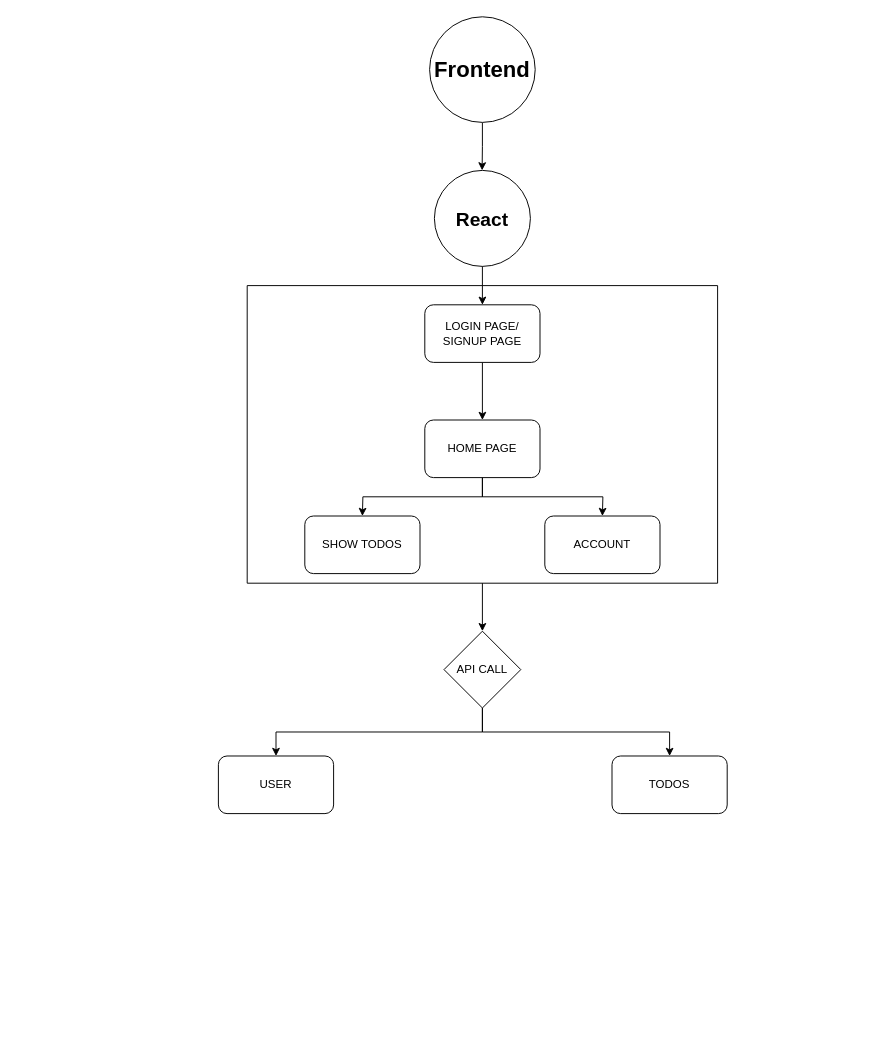
Above: todo.drawio in GluconicAcid/DRAWIO (draw.io), before the change. Source tidied: cells renumbered, new cells numbered last; positions are measured from the earlier drawing's top-left corner, leaving out a move shared by most shapes. Both pictures are drawn from the tidied source at 96%, with x=0, y=0 at pixel (218, 16).
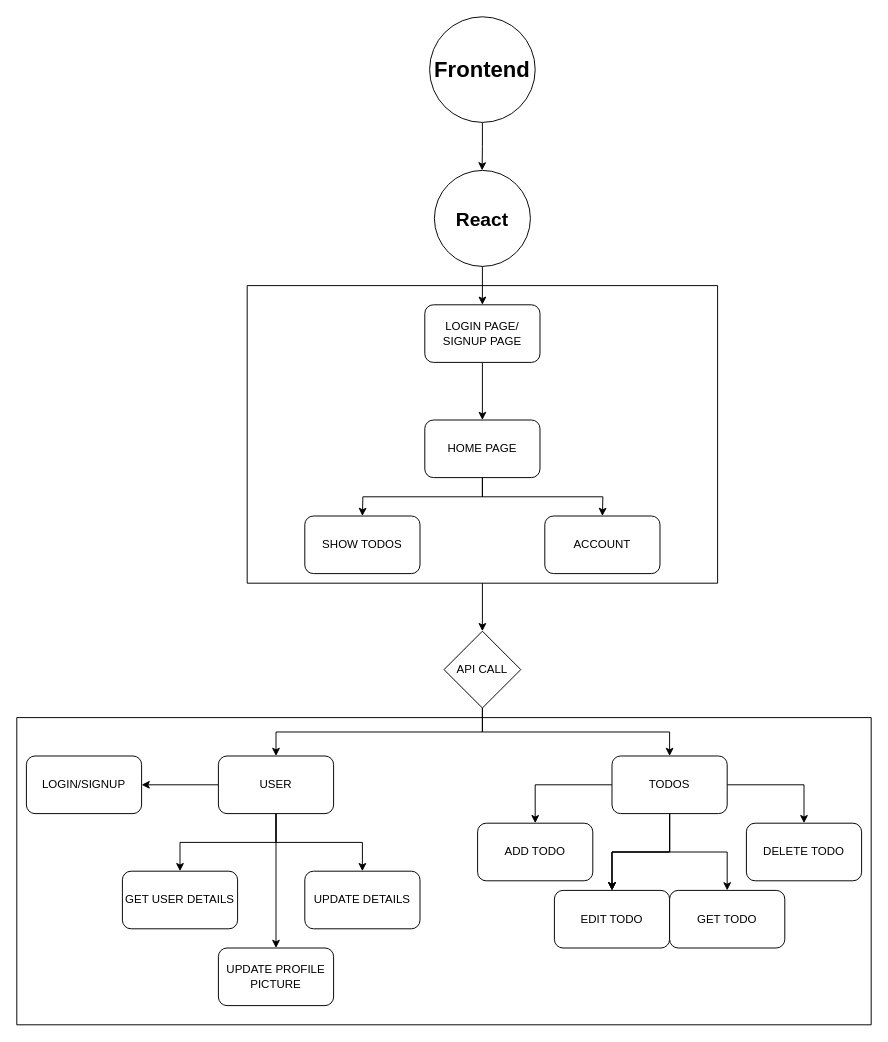
The same diagram, later.

Unchanged cells that the change refers to:
```xml
<mxCell id="19" value="USER" style="rounded=1;whiteSpace=wrap;html=1;" parent="1" vertex="1">
  <mxGeometry y="770" width="120" height="60" as="geometry" />
</mxCell>
<mxCell id="20" value="&lt;div&gt;TODOS&lt;/div&gt;" style="rounded=1;whiteSpace=wrap;html=1;" parent="1" vertex="1">
  <mxGeometry x="410" y="770" width="120" height="60" as="geometry" />
</mxCell>
```

The edit, as a diff of the source:
```diff
@@
+    <mxCell id="21" style="edgeStyle=orthogonalEdgeStyle;rounded=0;jettySize=auto;html=1;" parent="1" edge="1" source="19" target="31">
+      <mxGeometry relative="1" as="geometry" />
+    </mxCell>
+    <mxCell id="22" style="edgeStyle=orthogonalEdgeStyle;rounded=0;jettySize=auto;html=1;" parent="1" edge="1" source="19" target="32">
+      <mxGeometry relative="1" as="geometry" />
+    </mxCell>
+    <mxCell id="23" style="edgeStyle=orthogonalEdgeStyle;rounded=0;jettySize=auto;html=1;exitX=0.5;exitY=1;exitDx=0;exitDy=0;" parent="1" edge="1" source="19" target="33">
+      <mxGeometry relative="1" as="geometry" />
+    </mxCell>
+    <mxCell id="24" style="edgeStyle=orthogonalEdgeStyle;rounded=0;jettySize=auto;html=1;" parent="1" edge="1" source="19" target="34">
+      <mxGeometry relative="1" as="geometry" />
+    </mxCell>
@@
+    <mxCell id="25" style="edgeStyle=orthogonalEdgeStyle;rounded=0;jettySize=auto;html=1;" parent="1" edge="1" source="20" target="35">
+      <mxGeometry relative="1" as="geometry" />
+    </mxCell>
+    <mxCell id="26" style="edgeStyle=orthogonalEdgeStyle;rounded=0;jettySize=auto;html=1;" parent="1" edge="1" source="20" target="36">
+      <mxGeometry relative="1" as="geometry" />
+    </mxCell>
+    <mxCell id="27" style="edgeStyle=orthogonalEdgeStyle;rounded=0;jettySize=auto;html=1;" parent="1" edge="1" source="20" target="36">
+      <mxGeometry relative="1" as="geometry" />
+    </mxCell>
+    <mxCell id="28" style="edgeStyle=orthogonalEdgeStyle;rounded=0;jettySize=auto;html=1;" parent="1" edge="1" source="20" target="36">
+      <mxGeometry relative="1" as="geometry" />
+    </mxCell>
+    <mxCell id="29" style="edgeStyle=orthogonalEdgeStyle;rounded=0;jettySize=auto;html=1;exitX=0.5;exitY=1;exitDx=0;exitDy=0;" parent="1" edge="1" source="20" target="37">
+      <mxGeometry relative="1" as="geometry" />
+    </mxCell>
+    <mxCell id="30" style="edgeStyle=orthogonalEdgeStyle;rounded=0;jettySize=auto;html=1;" parent="1" edge="1" source="20" target="38">
+      <mxGeometry relative="1" as="geometry" />
+    </mxCell>
@@
+    <mxCell id="31" value="LOGIN/SIGNUP" style="rounded=1;whiteSpace=wrap;html=1;" parent="1" vertex="1">
+      <mxGeometry x="-200" y="770" width="120" height="60" as="geometry" />
+    </mxCell>
+    <mxCell id="32" value="GET USER DETAILS" style="rounded=1;whiteSpace=wrap;html=1;" parent="1" vertex="1">
+      <mxGeometry x="-100" y="890" width="120" height="60" as="geometry" />
+    </mxCell>
+    <mxCell id="33" value="UPDATE DETAILS" style="rounded=1;whiteSpace=wrap;html=1;" parent="1" vertex="1">
+      <mxGeometry x="90" y="890" width="120" height="60" as="geometry" />
+    </mxCell>
+    <mxCell id="34" value="UPDATE PROFILE PICTURE" style="rounded=1;whiteSpace=wrap;html=1;" parent="1" vertex="1">
+      <mxGeometry y="970" width="120" height="60" as="geometry" />
+    </mxCell>
+    <mxCell id="35" value="ADD TODO" style="rounded=1;whiteSpace=wrap;html=1;" parent="1" vertex="1">
+      <mxGeometry x="270" y="840" width="120" height="60" as="geometry" />
+    </mxCell>
+    <mxCell id="36" value="EDIT TODO" style="rounded=1;whiteSpace=wrap;html=1;" parent="1" vertex="1">
+      <mxGeometry x="350" y="910" width="120" height="60" as="geometry" />
+    </mxCell>
+    <mxCell id="37" value="GET TODO" style="rounded=1;whiteSpace=wrap;html=1;" parent="1" vertex="1">
+      <mxGeometry x="470" y="910" width="120" height="60" as="geometry" />
+    </mxCell>
+    <mxCell id="38" value="DELETE TODO" style="rounded=1;whiteSpace=wrap;html=1;" parent="1" vertex="1">
+      <mxGeometry x="550" y="840" width="120" height="60" as="geometry" />
+    </mxCell>
+    <mxCell id="39" style="swimlane;startSize=0;" parent="1" vertex="1">
+      <mxGeometry x="-210" y="730" width="890" height="320" as="geometry" />
+    </mxCell>
```
